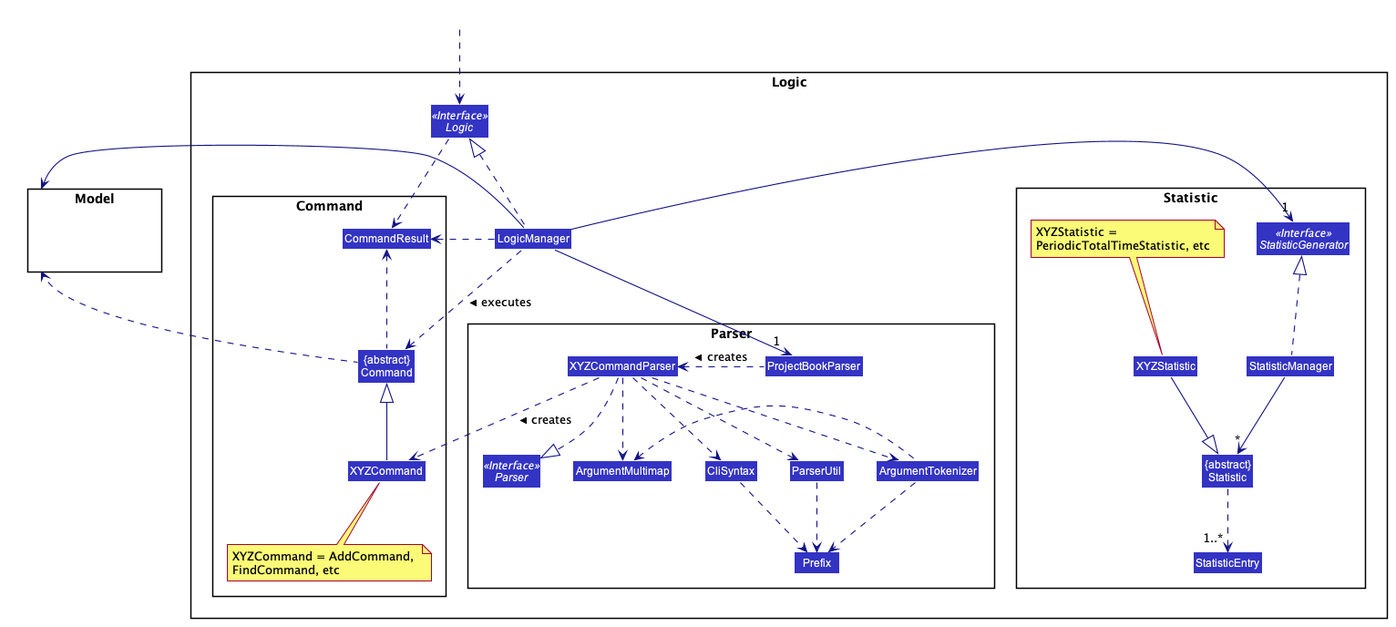
Before: docs/images/LogicClassDiagram.png, a diagram exported from PlantUML (pr4aveen/tp). Source of this version:
```plantuml
@startuml








skinparam BackgroundColor #FFFFFFF

skinparam Shadowing false

skinparam Class {
    FontColor #FFFFFF
    BorderThickness 1
    BorderColor #FFFFFF
    StereotypeFontColor #FFFFFF
    FontName Arial
}

skinparam Actor {
    BorderColor #000000
    Color #000000
    FontName Arial
}

skinparam Sequence {
    MessageAlign center
    BoxFontSize 15
    BoxPadding 0
    BoxFontColor #FFFFFF
    FontName Arial
}

skinparam Participant {
    FontColor #FFFFFFF
    Padding 20
}

skinparam MinClassWidth 50
skinparam ParticipantPadding 10
skinparam Shadowing false
skinparam DefaultTextAlignment center
skinparam packageStyle Rectangle

hide footbox
hide members
hide circle
skinparam arrowThickness 1.1
skinparam arrowColor #101086
skinparam classBackgroundColor #3333C4

package Logic {

package Parser {
Interface Parser <<Interface>>
Class ProjectBookParser
Class XYZCommandParser
Class CliSyntax
Class ParserUtil
Class ArgumentMultimap
Class ArgumentTokenizer
Class Prefix
}

package Command {
Class XYZCommand
Class CommandResult
Class "{abstract}\nCommand" as Command
note bottom of XYZCommand: XYZCommand = AddCommand, \nFindCommand, etc
}

package Statistic {
Interface StatisticGenerator <<Interface>>
Class StatisticManager
Class XYZStatistic
Class CommandResult
Class StatisticEntry
Class "{abstract}\nStatistic" as Statistic
note top of XYZStatistic: XYZStatistic = \nPeriodicTotalTimeStatistic, etc
}

Interface Logic <<Interface>>
Class LogicManager
}

package Model{
Class HiddenModel #FFFFFF
}

Class HiddenOutside #FFFFFF
HiddenOutside ..> Logic

LogicManager .up.|> Logic
LogicManager -->"1" ProjectBookParser
LogicManager -right->"1" StatisticGenerator
ProjectBookParser .left.> XYZCommandParser: creates >

XYZCommandParser ..> XYZCommand : creates >
XYZCommandParser ..|> Parser
XYZCommandParser ..> ArgumentMultimap
XYZCommandParser ..> ArgumentTokenizer
ArgumentTokenizer .left.> ArgumentMultimap
XYZCommandParser ..> CliSyntax
CliSyntax ..> Prefix
XYZCommandParser ..> ParserUtil
ParserUtil .down.> Prefix
ArgumentTokenizer .down.> Prefix
XYZCommand -up-|> Command
LogicManager .left.> Command : executes >

LogicManager --> Model
Command .up.> Model

Logic ..> CommandResult
LogicManager .down.> CommandResult
Command .up.> CommandResult
CommandResult -[hidden]-> Parser

StatisticManager .up.|> StatisticGenerator
StatisticManager --> "*" Statistic
Statistic ..> "1..*" StatisticEntry
XYZStatistic --|> Statistic

@enduml
```
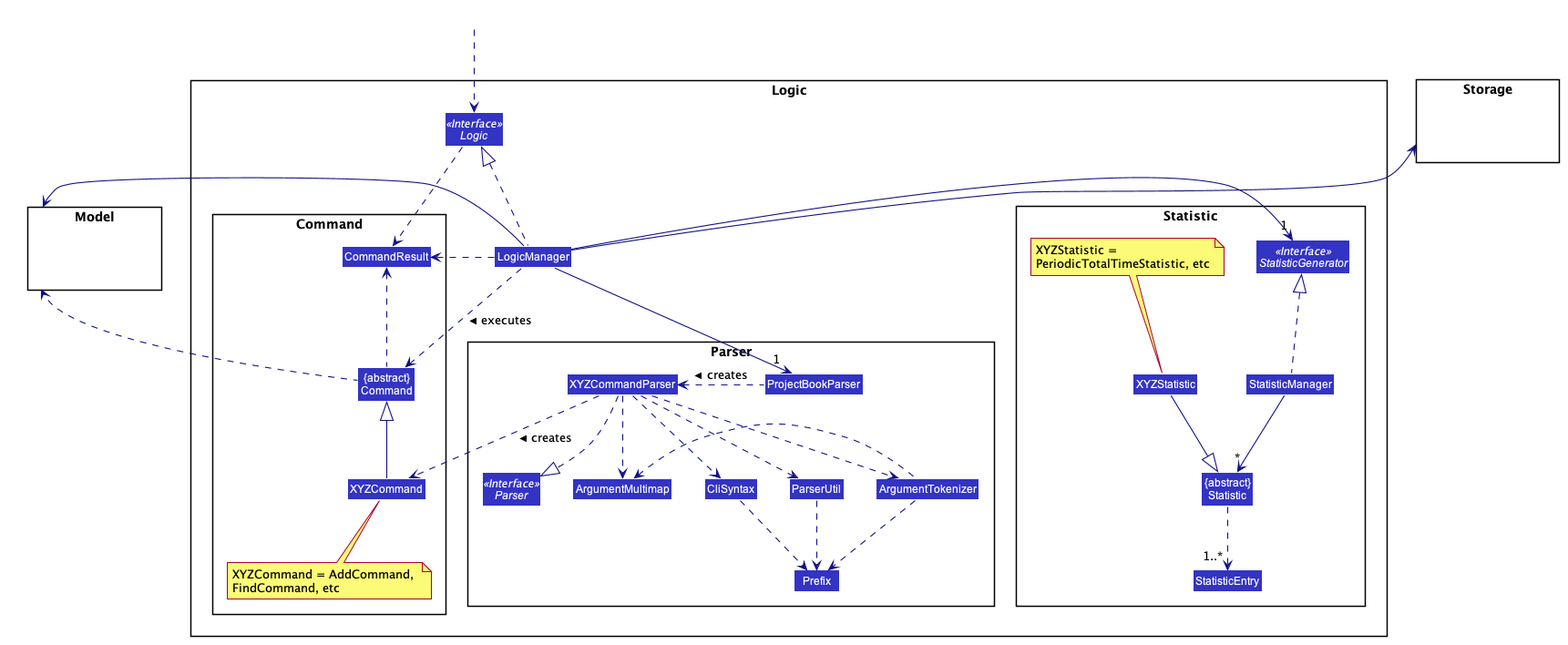
Above is the later version.

Commit message:
Update sequence diagram title

The edit, as a diff of the source:
```diff
@@ -89,6 +89,10 @@
 Class HiddenModel #FFFFFF
 }
 
+package Storage{
+Class HiddenStorage #FFFFFF
+}
+
 Class HiddenOutside #FFFFFF
 HiddenOutside ..> Logic
 
@@ -110,6 +114,7 @@
 XYZCommand -up-|> Command
 LogicManager .left.> Command : executes >
 
+LogicManager -up-> Storage
 LogicManager --> Model
 Command .up.> Model
 
```
